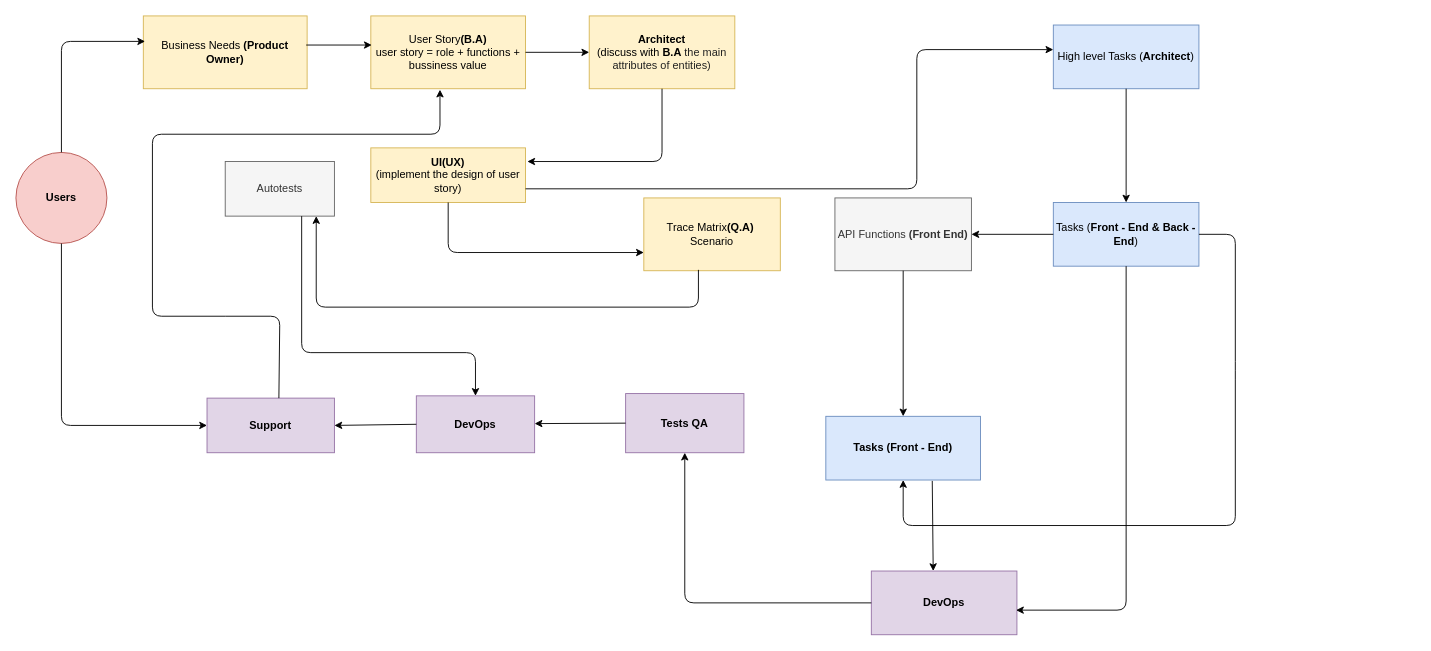
Earlier version of the draw.io diagram Untitled Diagram.drawio (annastazi02/diagrams). Source tidied: cells renumbered, new cells numbered last; positions are measured from the earlier drawing's top-left corner, leaving out a move shared by most shapes. Both pictures are drawn from the tidied source at 91%, with x=0, y=0 at pixel (15, 15).
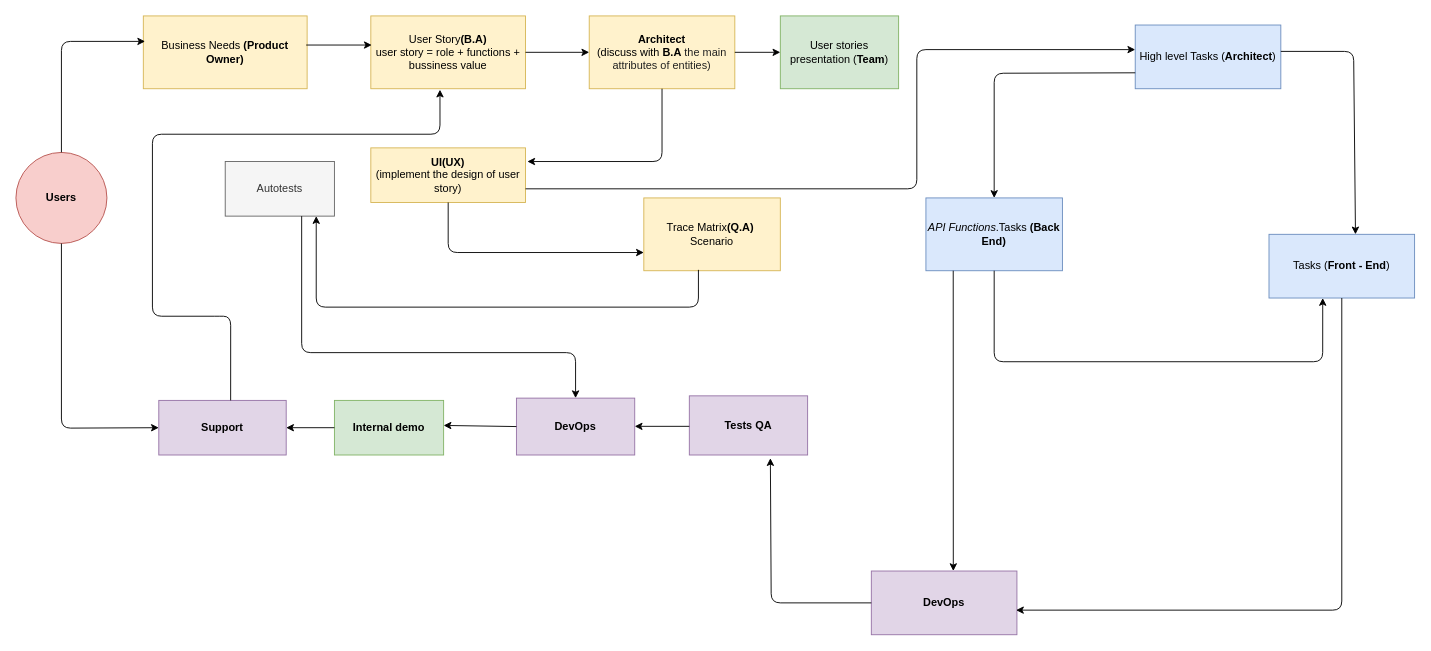
Above is the later version.

Unchanged cells that the change refers to:
```xml
<mxCell id="3" value="&lt;b&gt;Users&lt;/b&gt;" style="ellipse;whiteSpace=wrap;html=1;fillColor=#f8cecc;strokeColor=#b85450;" parent="1" vertex="1">
  <mxGeometry y="150" width="100" height="100" as="geometry" />
</mxCell>
<mxCell id="4" value="User Story&lt;b&gt;(B.A)&lt;/b&gt;&lt;br&gt;user story = role + functions + bussiness value" style="rounded=0;whiteSpace=wrap;html=1;fillColor=#fff2cc;strokeColor=#d6b656;" parent="1" vertex="1">
  <mxGeometry x="390" width="170" height="80" as="geometry" />
</mxCell>
<mxCell id="7" value="&lt;b&gt;Architect&lt;/b&gt;&lt;br&gt;(discuss with&lt;b&gt; B.A&amp;nbsp;&lt;/b&gt;&lt;span style=&quot;color: rgb(34 , 34 , 34) ; font-family: inherit ; text-align: left ; white-space: pre-wrap&quot;&gt;&lt;font style=&quot;font-size: 12px&quot;&gt;the main attributes of entities)&lt;/font&gt;&lt;/span&gt;" style="rounded=0;whiteSpace=wrap;html=1;fillColor=#fff2cc;strokeColor=#d6b656;" parent="1" vertex="1">
  <mxGeometry x="630" width="160" height="80" as="geometry" />
</mxCell>
<mxCell id="12" value="Autotests" style="rounded=0;whiteSpace=wrap;html=1;fillColor=#f5f5f5;strokeColor=#666666;fontColor=#333333;" parent="1" vertex="1">
  <mxGeometry x="230" y="160" width="120" height="60" as="geometry" />
</mxCell>
<mxCell id="13" value="&lt;b&gt;DevOps&lt;/b&gt;" style="rounded=0;whiteSpace=wrap;html=1;fillColor=#e1d5e7;strokeColor=#9673a6;" parent="1" vertex="1">
  <mxGeometry x="940" y="610" width="160" height="70" as="geometry" />
</mxCell>
```

Diff of the diagram source:
```diff
@@
-    <mxCell id="6" value="API Functions &lt;b&gt;(Front End)&lt;/b&gt;" style="rounded=0;whiteSpace=wrap;html=1;fillColor=#f5f5f5;strokeColor=#666666;fontColor=#333333;" parent="1" vertex="1">
-      <mxGeometry x="900" y="200" width="150" height="80" as="geometry" />
+    <mxCell id="6" value="&lt;i&gt;API Functions&lt;/i&gt;.Tasks&amp;nbsp;&lt;b&gt;(Back End)&lt;/b&gt;" style="rounded=0;whiteSpace=wrap;html=1;fillColor=#dae8fc;strokeColor=#6c8ebf;" parent="1" vertex="1">
+      <mxGeometry x="1000" y="200" width="150" height="80" as="geometry" />
     </mxCell>
@@
-    <mxCell id="8" value="Tasks (&lt;b&gt;Front - End &amp;amp; Back - End&lt;/b&gt;)" style="rounded=0;whiteSpace=wrap;html=1;fillColor=#dae8fc;strokeColor=#6c8ebf;" parent="1" vertex="1">
-      <mxGeometry x="1140" y="205" width="160" height="70" as="geometry" />
+    <mxCell id="8" value="Tasks (&lt;b&gt;Front - End&lt;/b&gt;)" style="rounded=0;whiteSpace=wrap;html=1;fillColor=#dae8fc;strokeColor=#6c8ebf;" parent="1" vertex="1">
+      <mxGeometry x="1377" y="240" width="160" height="70" as="geometry" />
     </mxCell>
-    <mxCell id="9" value="&lt;b&gt;Tasks (Front - End)&lt;/b&gt;" style="rounded=0;whiteSpace=wrap;html=1;fillColor=#dae8fc;strokeColor=#6c8ebf;" parent="1" vertex="1">
-      <mxGeometry x="890" y="440" width="170" height="70" as="geometry" />
-    </mxCell>
     <mxCell id="10" value="High level Tasks (&lt;b&gt;Architect&lt;/b&gt;)" style="rounded=0;whiteSpace=wrap;html=1;fillColor=#dae8fc;strokeColor=#6c8ebf;" parent="1" vertex="1">
-      <mxGeometry x="1140" y="10" width="160" height="70" as="geometry" />
+      <mxGeometry x="1230" y="10" width="160" height="70" as="geometry" />
     </mxCell>
@@
     <mxCell id="14" value="&lt;b&gt;Tests QA&lt;/b&gt;" style="rounded=0;whiteSpace=wrap;html=1;fillColor=#e1d5e7;strokeColor=#9673a6;" parent="1" vertex="1">
-      <mxGeometry x="670" y="415" width="130" height="65" as="geometry" />
+      <mxGeometry x="740" y="417.5" width="130" height="65" as="geometry" />
     </mxCell>
     <mxCell id="15" value="&lt;b&gt;DevOps&lt;/b&gt;" style="rounded=0;whiteSpace=wrap;html=1;fillColor=#e1d5e7;strokeColor=#9673a6;" parent="1" vertex="1">
-      <mxGeometry x="440" y="417.5" width="130" height="62.5" as="geometry" />
+      <mxGeometry x="550" y="420" width="130" height="62.5" as="geometry" />
     </mxCell>
     <mxCell id="16" value="&lt;b&gt;Support&lt;/b&gt;" style="rounded=0;whiteSpace=wrap;html=1;fillColor=#e1d5e7;strokeColor=#9673a6;" parent="1" vertex="1">
-      <mxGeometry x="210" y="420" width="140" height="60" as="geometry" />
+      <mxGeometry x="157" y="422.5" width="140" height="60" as="geometry" />
     </mxCell>
     <mxCell id="17" style="endArrow=classic;html=1;exitX=0.5;exitY=1;exitDx=0;exitDy=0;entryX=0;entryY=0.5;entryDx=0;entryDy=0;" parent="1" edge="1" source="3" target="16">
       <mxGeometry relative="1" as="geometry">
         <Array as="points">
-          <mxPoint x="50" y="450" />
+          <mxPoint x="50" y="453" />
         </Array>
       </mxGeometry>
     </mxCell>
@@
     <mxCell id="19" style="endArrow=classic;html=1;exitX=0.564;exitY=0;exitDx=0;exitDy=0;exitPerimeter=0;entryX=0.447;entryY=1.013;entryDx=0;entryDy=0;entryPerimeter=0;" parent="1" edge="1" source="16" target="4">
       <mxGeometry relative="1" as="geometry">
         <Array as="points">
-          <mxPoint x="290" y="330" />
+          <mxPoint x="236" y="330" />
           <mxPoint x="220" y="330" />
           <mxPoint x="150" y="330" />
           <mxPoint x="150" y="130" />
           <mxPoint x="466" y="130" />
         </Array>
       </mxGeometry>
     </mxCell>
     <mxCell id="20" style="endArrow=classic;html=1;exitX=0.7;exitY=1;exitDx=0;exitDy=0;entryX=0.5;entryY=0;entryDx=0;entryDy=0;exitPerimeter=0;" parent="1" edge="1" source="12" target="15">
       <mxGeometry relative="1" as="geometry">
         <Array as="points">
           <mxPoint x="314" y="370" />
-          <mxPoint x="505" y="370" />
+          <mxPoint x="615" y="370" />
         </Array>
       </mxGeometry>
     </mxCell>
@@
-    <mxCell id="22" style="endArrow=classic;html=1;exitX=0.5;exitY=1;exitDx=0;exitDy=0;entryX=0.5;entryY=0;entryDx=0;entryDy=0;" parent="1" edge="1" source="10" target="8">
-      <mxGeometry relative="1" as="geometry" />
+    <mxCell id="22" style="endArrow=classic;html=1;exitX=1;exitY=0.414;exitDx=0;exitDy=0;entryX=0.594;entryY=0;entryDx=0;entryDy=0;exitPerimeter=0;entryPerimeter=0;" parent="1" edge="1" source="10" target="8">
+      <mxGeometry relative="1" as="geometry">
+        <Array as="points">
+          <mxPoint x="1470" y="39" />
+        </Array>
+      </mxGeometry>
     </mxCell>
-    <mxCell id="23" style="endArrow=classic;html=1;exitX=0.5;exitY=1;exitDx=0;exitDy=0;entryX=0.5;entryY=0;entryDx=0;entryDy=0;" parent="1" edge="1" source="6" target="9">
-      <mxGeometry relative="1" as="geometry" />
+    <mxCell id="23" style="endArrow=classic;html=1;exitX=0.5;exitY=1;exitDx=0;exitDy=0;entryX=0.369;entryY=1;entryDx=0;entryDy=0;entryPerimeter=0;" parent="1" edge="1" source="6" target="8">
+      <mxGeometry relative="1" as="geometry">
+        <Array as="points">
+          <mxPoint x="1075" y="380" />
+          <mxPoint x="1436" y="380" />
+        </Array>
+      </mxGeometry>
     </mxCell>
-    <mxCell id="24" style="endArrow=classic;html=1;entryX=0.5;entryY=1;entryDx=0;entryDy=0;exitX=1;exitY=0.5;exitDx=0;exitDy=0;" parent="1" edge="1" source="8" target="9">
-      <mxGeometry relative="1" as="geometry">
-        <Array as="points">
-          <mxPoint x="1340" y="240" />
-          <mxPoint x="1340" y="390" />
-          <mxPoint x="1340" y="560" />
-          <mxPoint x="975" y="560" />
-        </Array>
-      </mxGeometry>
-    </mxCell>
     <mxCell id="25" style="endArrow=classic;html=1;exitX=0.5;exitY=1;exitDx=0;exitDy=0;entryX=0.994;entryY=0.614;entryDx=0;entryDy=0;entryPerimeter=0;" parent="1" edge="1" source="8" target="13">
       <mxGeometry relative="1" as="geometry">
         <Array as="points">
-          <mxPoint x="1220" y="653" />
+          <mxPoint x="1457" y="653" />
         </Array>
       </mxGeometry>
     </mxCell>
-    <mxCell id="26" style="endArrow=classic;html=1;exitX=0.688;exitY=1.014;exitDx=0;exitDy=0;exitPerimeter=0;entryX=0.425;entryY=0;entryDx=0;entryDy=0;entryPerimeter=0;" parent="1" edge="1" source="9" target="13">
-      <mxGeometry relative="1" as="geometry" />
-    </mxCell>
@@
-    <mxCell id="28" style="endArrow=classic;html=1;exitX=0;exitY=0.5;exitDx=0;exitDy=0;" parent="1" edge="1" source="13" target="14">
+    <mxCell id="28" style="endArrow=classic;html=1;exitX=0;exitY=0.5;exitDx=0;exitDy=0;entryX=0.685;entryY=1.054;entryDx=0;entryDy=0;entryPerimeter=0;" parent="1" edge="1" source="13" target="14">
       <mxGeometry relative="1" as="geometry">
         <Array as="points">
-          <mxPoint x="735" y="645" />
+          <mxPoint x="830" y="645" />
         </Array>
       </mxGeometry>
     </mxCell>
-    <mxCell id="29" style="endArrow=classic;html=1;exitX=0;exitY=0.5;exitDx=0;exitDy=0;" parent="1" edge="1" source="14">
+    <mxCell id="29" style="endArrow=classic;html=1;" parent="1" edge="1">
       <mxGeometry relative="1" as="geometry">
-        <mxPoint x="570" y="448" as="targetPoint" />
+        <mxPoint x="740" y="451" as="sourcePoint" />
+        <mxPoint x="680" y="451" as="targetPoint" />
       </mxGeometry>
     </mxCell>
-    <mxCell id="30" style="endArrow=classic;html=1;exitX=0;exitY=0.5;exitDx=0;exitDy=0;entryX=1;entryY=0.5;entryDx=0;entryDy=0;" parent="1" edge="1" source="15" target="16">
-      <mxGeometry relative="1" as="geometry" />
+    <mxCell id="30" style="endArrow=classic;html=1;exitX=0;exitY=0.5;exitDx=0;exitDy=0;" parent="1" edge="1" source="15">
+      <mxGeometry relative="1" as="geometry">
+        <mxPoint x="470" y="450" as="targetPoint" />
+      </mxGeometry>
     </mxCell>
@@
-    <mxCell id="35" style="endArrow=classic;html=1;exitX=0;exitY=0.5;exitDx=0;exitDy=0;entryX=1;entryY=0.5;entryDx=0;entryDy=0;" parent="1" edge="1" source="8" target="6">
-      <mxGeometry relative="1" as="geometry" />
+    <mxCell id="35" style="endArrow=classic;html=1;exitX=0;exitY=0.75;exitDx=0;exitDy=0;entryX=0.5;entryY=0;entryDx=0;entryDy=0;" parent="1" edge="1" source="10" target="6">
+      <mxGeometry relative="1" as="geometry">
+        <Array as="points">
+          <mxPoint x="1075" y="63" />
+        </Array>
+      </mxGeometry>
     </mxCell>
+    <mxCell id="36" value="&lt;b&gt;Internal demo&lt;/b&gt;" style="rounded=0;whiteSpace=wrap;html=1;fillColor=#d5e8d4;strokeColor=#82b366;" parent="1" vertex="1">
+      <mxGeometry x="350" y="422.5" width="120" height="60" as="geometry" />
+    </mxCell>
+    <mxCell id="37" style="endArrow=classic;html=1;entryX=0.563;entryY=0;entryDx=0;entryDy=0;entryPerimeter=0;" parent="1" edge="1" target="13">
+      <mxGeometry relative="1" as="geometry">
+        <mxPoint x="1030" y="280" as="sourcePoint" />
+      </mxGeometry>
+    </mxCell>
+    <mxCell id="38" value="User stories presentation (&lt;b&gt;Team&lt;/b&gt;)" style="rounded=0;whiteSpace=wrap;html=1;fillColor=#d5e8d4;strokeColor=#82b366;" parent="1" vertex="1">
+      <mxGeometry x="840" width="130" height="80" as="geometry" />
+    </mxCell>
+    <mxCell id="39" style="endArrow=classic;html=1;exitX=1;exitY=0.5;exitDx=0;exitDy=0;entryX=0;entryY=0.5;entryDx=0;entryDy=0;" parent="1" edge="1" source="7" target="38">
+      <mxGeometry relative="1" as="geometry" />
+    </mxCell>
+    <mxCell id="40" style="endArrow=classic;html=1;exitX=0;exitY=0.5;exitDx=0;exitDy=0;entryX=1;entryY=0.5;entryDx=0;entryDy=0;" parent="1" edge="1" source="36" target="16">
+      <mxGeometry relative="1" as="geometry" />
+    </mxCell>
```
